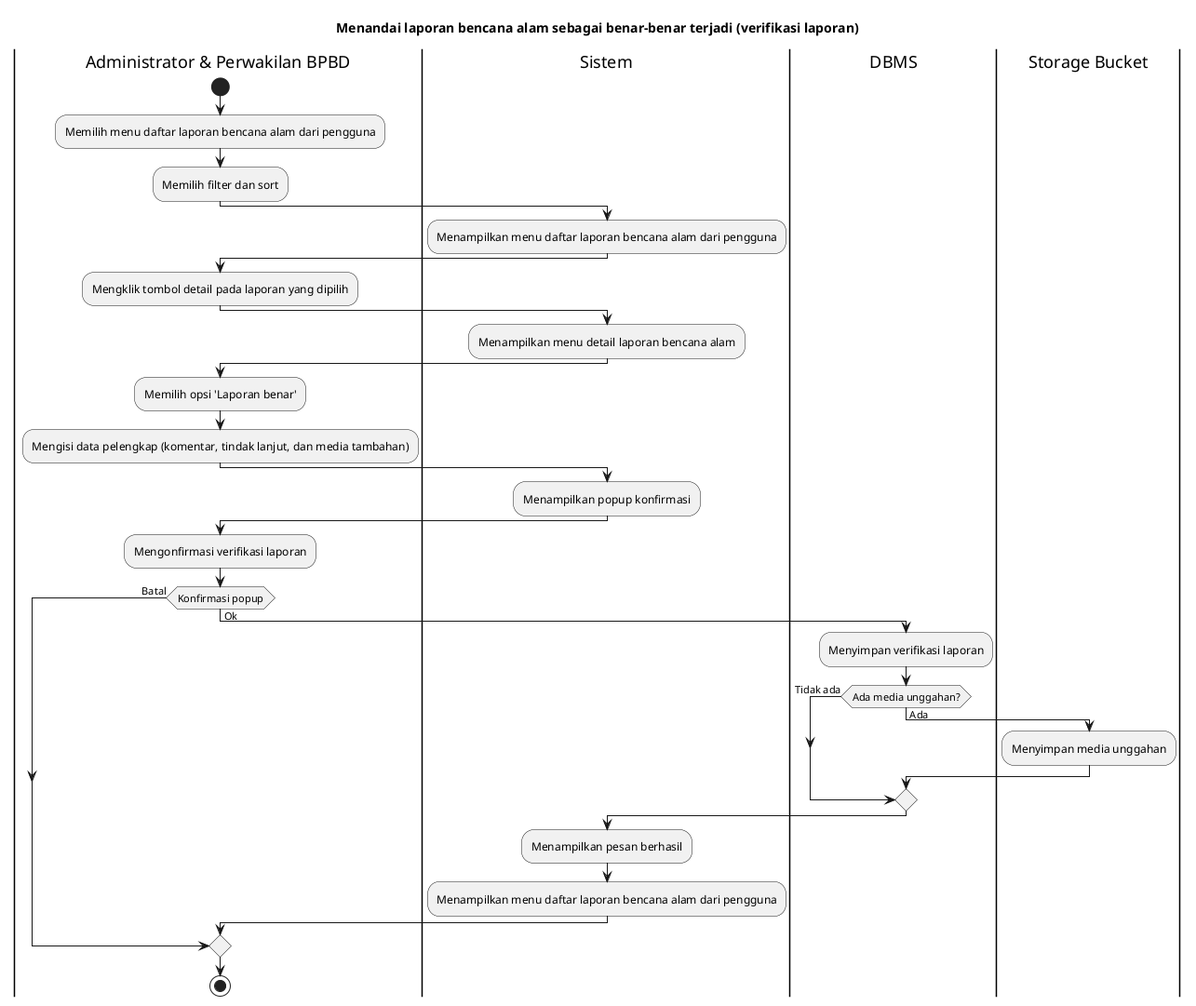
The PlantUML diagram export/Activity Diagrams/UC-MGDISASTER - Manajemen Data Bencana/UC-MGDISASTER-003 - Menandai laporan bencana alam sebagai benar-benar terjadi (verifikasi laporan).png in bagusNA/appl-diagrams, before a commit. Source of this version:
```plantuml
@startuml
title Menandai laporan bencana alam sebagai benar-benar terjadi (verifikasi laporan)

|Administrator & Perwakilan BPBD|
start
:Memilih menu daftar laporan bencana alam dari pengguna;
:Memilih filter dan sort;

|Sistem|
:Menampilkan menu daftar laporan bencana alam dari pengguna;

|Administrator & Perwakilan BPBD|
:Mengklik tombol detail pada laporan yang dipilih;

|Sistem|
:Menampilkan menu detail laporan bencana alam;

|Administrator & Perwakilan BPBD|
:Memilih opsi 'Laporan benar';
:Mengisi data pelengkap (komentar, tindak lanjut, dan media tambahan);

|Sistem|
:Menampilkan popup konfirmasi;

|Administrator & Perwakilan BPBD|
:Mengonfirmasi verifikasi laporan;

if (Konfirmasi popup) then (Batal)
else (Ok)
  |DBMS|
  :Menyimpan verifikasi laporan;

  if (Ada media unggahan?) then (Tidak ada)
  else (Ada)
    |Storage Bucket|
    :Menyimpan media unggahan;
  endif

  |Sistem|
  :Menampilkan pesan berhasil;
  :Menampilkan menu daftar laporan bencana alam dari pengguna;
endif

|Administrator & Perwakilan BPBD|
stop
@enduml
```
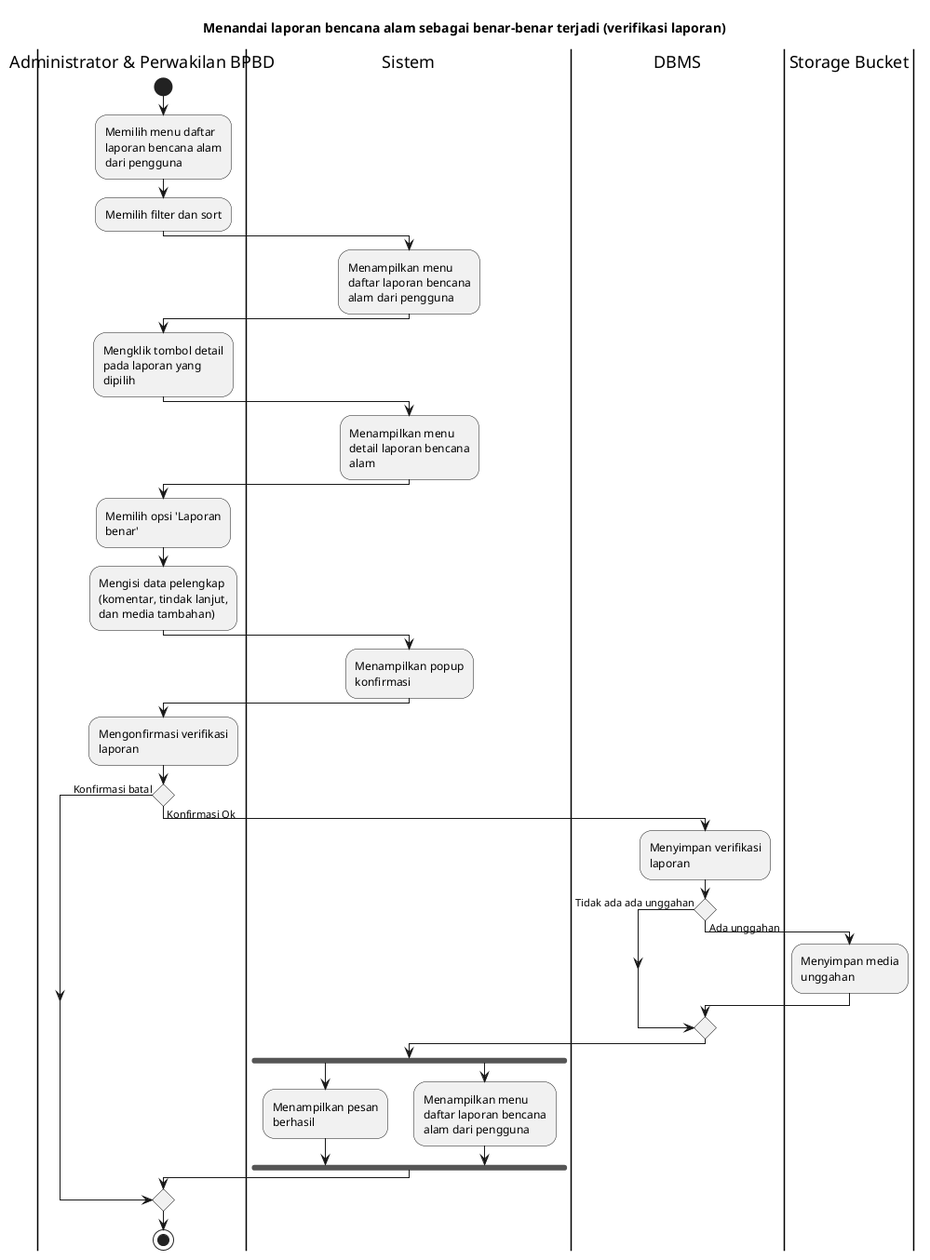
After the commit.

Diff of the diagram source:
```diff
@@ -1,4 +1,6 @@
 @startuml
+skinparam wrapWidth 140
+
 title Menandai laporan bencana alam sebagai benar-benar terjadi (verifikasi laporan)
 
 |Administrator & Perwakilan BPBD|
@@ -25,20 +27,23 @@
 |Administrator & Perwakilan BPBD|
 :Mengonfirmasi verifikasi laporan;
 
-if (Konfirmasi popup) then (Batal)
-else (Ok)
+if () then (Konfirmasi batal)
+else (Konfirmasi Ok)
   |DBMS|
   :Menyimpan verifikasi laporan;
 
-  if (Ada media unggahan?) then (Tidak ada)
-  else (Ada)
+  if () then (Tidak ada ada unggahan)
+  else (Ada unggahan)
     |Storage Bucket|
     :Menyimpan media unggahan;
   endif
 
   |Sistem|
-  :Menampilkan pesan berhasil;
-  :Menampilkan menu daftar laporan bencana alam dari pengguna;
+  fork
+    :Menampilkan pesan berhasil;
+  fork again
+    :Menampilkan menu daftar laporan bencana alam dari pengguna;
+  endfork
 endif
 
 |Administrator & Perwakilan BPBD|
```
